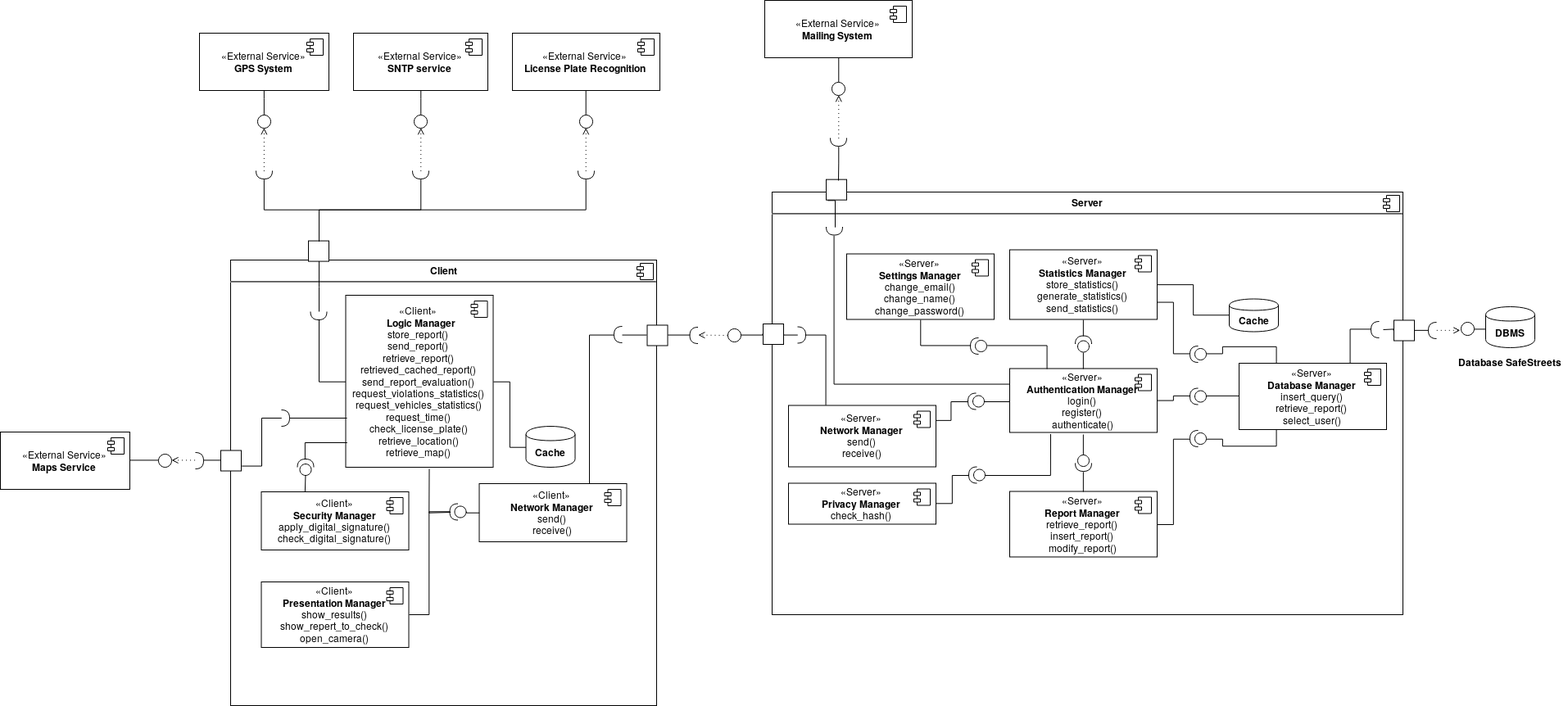
Above: DD/img/component_interface_diagrams/component_interface.png in dariomiceli3/SafeStreet (draw.io), before the change. Source tidied: cells renumbered, new cells last; positions are measured from the earlier drawing's top-left corner, leaving out a move shared by most shapes.
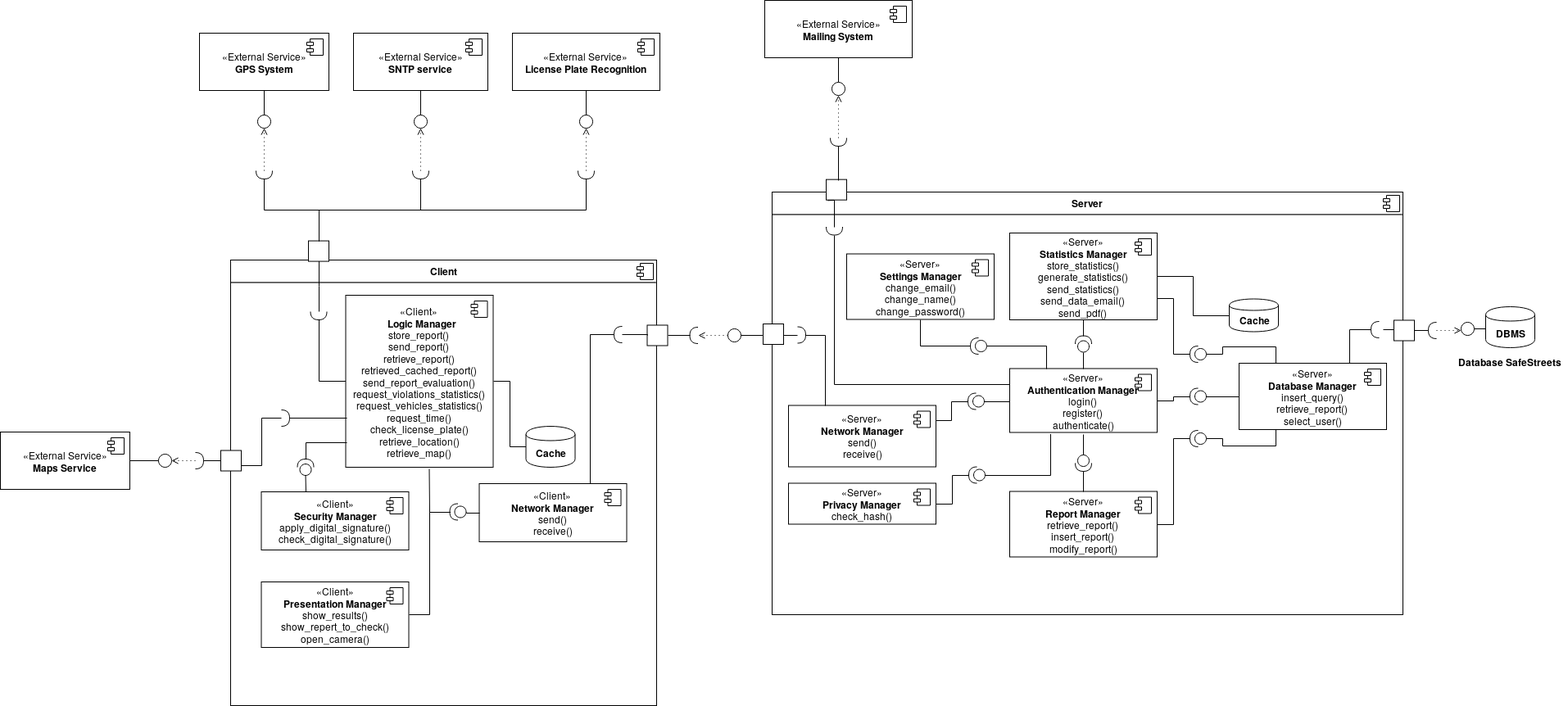
After the change.

Change to the diagram source:
```diff
@@ -107,8 +107,8 @@
     <mxCell id="30" style="whiteSpace=wrap;html=1;" parent="28" vertex="1">
       <mxGeometry x="66" y="-15.3" width="25" height="25" as="geometry" />
     </mxCell>
-    <mxCell id="31" value="«Server»&lt;br&gt;&lt;div&gt;&lt;b&gt;Statistics Manager&lt;/b&gt;&lt;/div&gt;store_statistics()&lt;br&gt;generate_statistics()&lt;br&gt;send_statistics()" style="html=1;" parent="28" vertex="1">
-      <mxGeometry x="290" y="70.5" width="180" height="85" as="geometry" />
+    <mxCell id="31" value="«Server»&lt;br&gt;&lt;div&gt;&lt;b&gt;Statistics Manager&lt;/b&gt;&lt;/div&gt;store_statistics()&lt;br&gt;generate_statistics()&lt;br&gt;&lt;div&gt;send_statistics()&lt;/div&gt;&lt;div&gt;send_data_email()&lt;br&gt;&lt;/div&gt;&lt;div&gt;send_pdf()&lt;br&gt;&lt;/div&gt;" style="html=1;" parent="28" vertex="1">
+      <mxGeometry x="290" y="50" width="180" height="106" as="geometry" />
     </mxCell>
     <mxCell id="32" style="shape=component;jettyWidth=8;jettyHeight=4;" parent="31" vertex="1">
       <mxGeometry x="1" width="20" height="20" relative="1" as="geometry">
```
